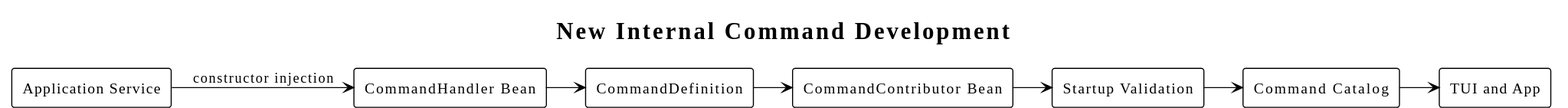
Above: diagrams/command/11-new-command-development.svg in superheromeZzh/pi-mono-java-design (PlantUML), before the change.
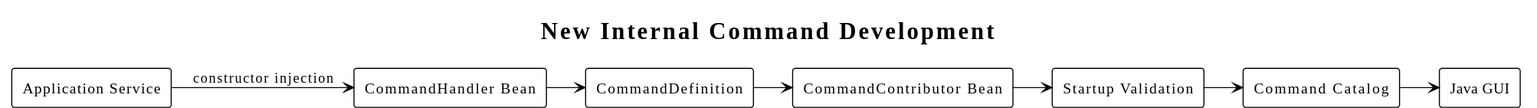
After the commit.

Diff of the diagram source:
```diff
@@ -13,7 +13,7 @@
 rectangle "CommandContributor Bean" as Contributor
 rectangle "Startup Validation" as Validation
 rectangle "Command Catalog" as Catalog
-rectangle "TUI and App" as Clients
+rectangle "Java GUI" as Clients
 
 Service --> Handler : constructor injection
 Handler --> Definition
```
